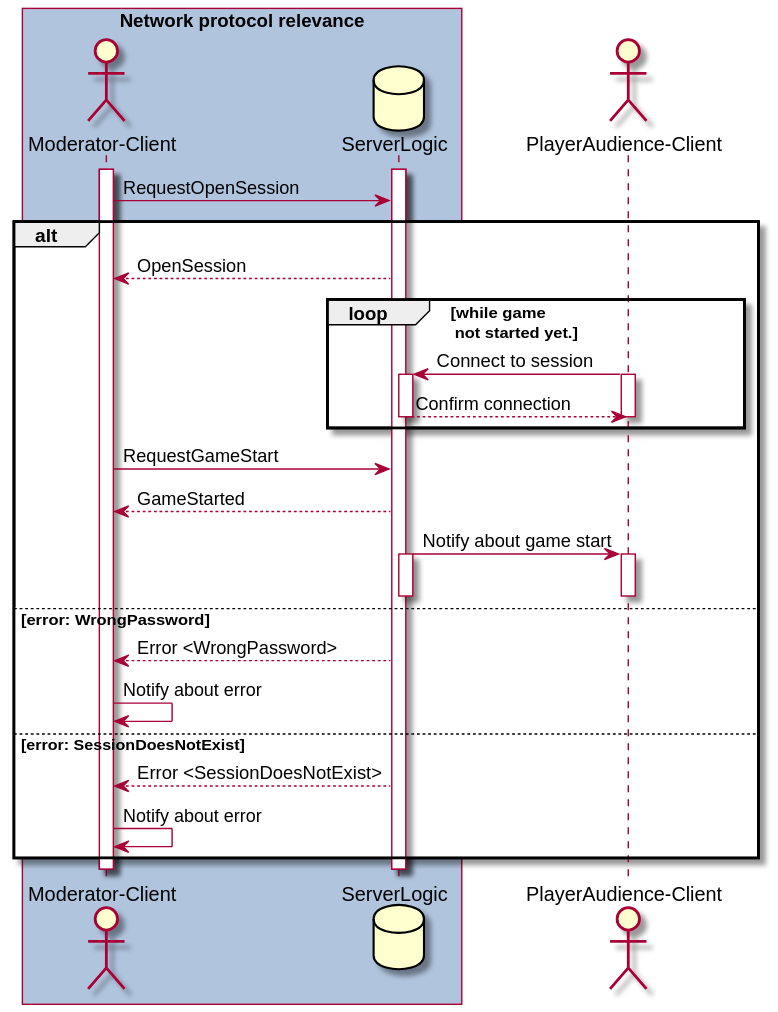
Before: Docs/Technical Specifications/docs/diagrams/NetworkDiagrams/start-online-session.svg, a diagram exported from PlantUML (Brotenko/QualityQuest).
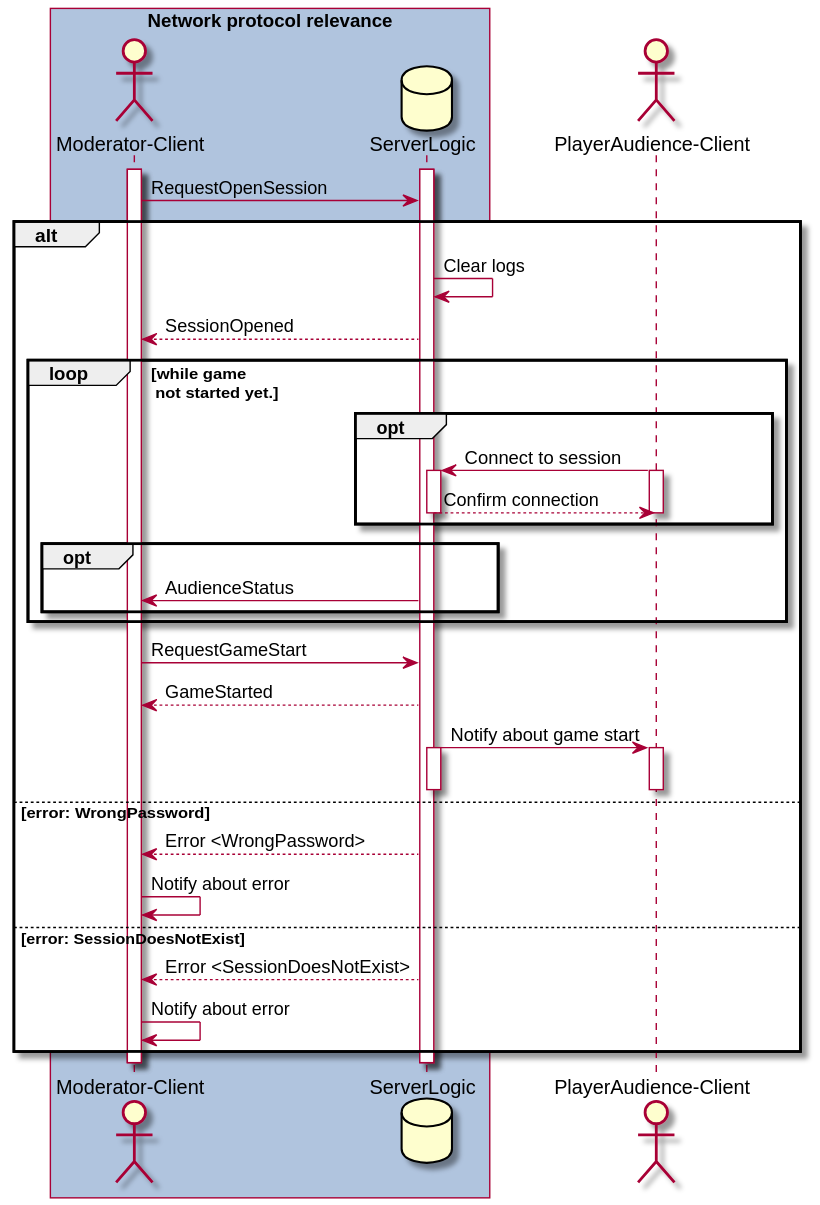
The same diagram one commit later.

Change to the diagram source:
```diff
@@ -14,14 +14,20 @@
 m -> s: RequestOpenSession
 
 alt
-    s --> m: OpenSession
+    s -> s: Clear logs
+    s --> m: SessionOpened
         loop while game \n not started yet.
-            p -> s: Connect to session
-            activate s
-            activate p
-            s --> p: Confirm connection
-            deactivate s
-            deactivate p
+            opt
+                p -> s: Connect to session
+                activate s
+                activate p
+                s --> p: Confirm connection
+                deactivate s
+                deactivate p
+            end
+            opt
+                s -> m: AudienceStatus
+            end
         end
     m -> s: RequestGameStart
     s --> m: GameStarted
```
